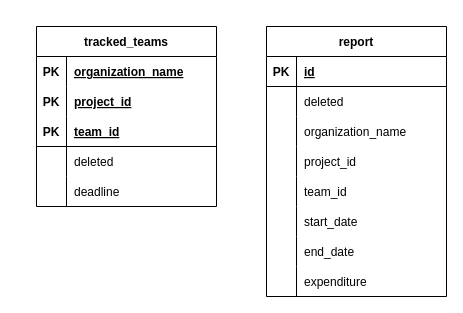
Earlier version of the draw.io diagram design/entity-relationship-diagram.drawio (gldnpz17/skripsi-app). Source tidied: cells renumbered, new cells numbered last; positions are measured from the earlier drawing's top-left corner, leaving out a move shared by most shapes. Both pictures are drawn from the tidied source at 100%, with x=0, y=0 at pixel (36, 26).
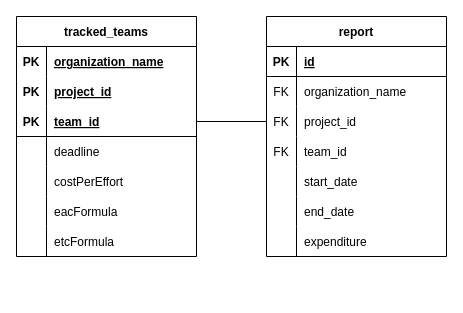
The same diagram, later.

The change refers to these unchanged cells:
```xml
<mxCell id="9" style="shape=tableRow;horizontal=0;startSize=0;swimlaneHead=0;swimlaneBody=0;fillColor=none;points=[[0,0.5],[1,0.5]];portConstraint=eastwest;top=0;left=0;right=0;bottom=1;" parent="2" vertex="1">
  <mxGeometry y="90" width="180" height="30" as="geometry" />
</mxCell>
```

Diff of the diagram source:
```diff
@@
     <mxCell id="2" value="tracked_teams" style="shape=table;startSize=30;childLayout=tableLayout;rowLines=0;fontStyle=1;align=center;" parent="1" vertex="1">
-      <mxGeometry width="180" height="180" as="geometry" />
+      <mxGeometry x="-20" y="-10" width="180" height="240" as="geometry" />
     </mxCell>
@@
+    <mxCell id="15" style="shape=tableRow;horizontal=0;startSize=0;swimlaneHead=0;swimlaneBody=0;fillColor=none;top=0;left=0;right=0;bottom=0;" parent="2" vertex="1">
+      <mxGeometry y="120" width="180" height="30" as="geometry" />
+    </mxCell>
+    <mxCell id="16" style="shape=partialRectangle;fillColor=none;top=0;left=0;bottom=0;right=0;overflow=hidden;" parent="15" vertex="1">
+      <mxGeometry width="30" height="30" as="geometry" />
+    </mxCell>
+    <mxCell id="17" value="deadline" style="shape=partialRectangle;fillColor=none;top=0;left=0;bottom=0;right=0;align=left;spacingLeft=6;overflow=hidden;" parent="15" vertex="1">
+      <mxGeometry x="30" width="150" height="30" as="geometry" />
+    </mxCell>
     <mxCell id="12" style="shape=tableRow;horizontal=0;startSize=0;swimlaneHead=0;swimlaneBody=0;fillColor=none;top=0;left=0;right=0;bottom=0;" parent="2" vertex="1">
-      <mxGeometry y="120" width="180" height="30" as="geometry" />
+      <mxGeometry y="150" width="180" height="30" as="geometry" />
     </mxCell>
@@
-    <mxCell id="14" value="deleted" style="shape=partialRectangle;fillColor=none;top=0;left=0;bottom=0;right=0;align=left;spacingLeft=6;overflow=hidden;" parent="12" vertex="1">
+    <mxCell id="14" value="costPerEffort" style="shape=partialRectangle;fillColor=none;top=0;left=0;bottom=0;right=0;align=left;spacingLeft=6;overflow=hidden;" parent="12" vertex="1">
       <mxGeometry x="30" width="150" height="30" as="geometry" />
     </mxCell>
-    <mxCell id="15" style="shape=tableRow;horizontal=0;startSize=0;swimlaneHead=0;swimlaneBody=0;fillColor=none;top=0;left=0;right=0;bottom=0;" parent="2" vertex="1">
-      <mxGeometry y="150" width="180" height="30" as="geometry" />
-    </mxCell>
-    <mxCell id="16" style="shape=partialRectangle;fillColor=none;top=0;left=0;bottom=0;right=0;overflow=hidden;" parent="15" vertex="1">
-      <mxGeometry width="30" height="30" as="geometry" />
-    </mxCell>
-    <mxCell id="17" value="deadline" style="shape=partialRectangle;fillColor=none;top=0;left=0;bottom=0;right=0;align=left;spacingLeft=6;overflow=hidden;" parent="15" vertex="1">
-      <mxGeometry x="30" width="150" height="30" as="geometry" />
-    </mxCell>
+    <mxCell id="43" style="shape=tableRow;horizontal=0;startSize=0;swimlaneHead=0;swimlaneBody=0;fillColor=none;top=0;left=0;right=0;bottom=0;" parent="2" vertex="1">
+      <mxGeometry y="180" width="180" height="30" as="geometry" />
+    </mxCell>
+    <mxCell id="44" style="shape=partialRectangle;fillColor=none;top=0;left=0;bottom=0;right=0;overflow=hidden;" parent="43" vertex="1">
+      <mxGeometry width="30" height="30" as="geometry" />
+    </mxCell>
+    <mxCell id="45" value="eacFormula" style="shape=partialRectangle;fillColor=none;top=0;left=0;bottom=0;right=0;align=left;spacingLeft=6;overflow=hidden;" parent="43" vertex="1">
+      <mxGeometry x="30" width="150" height="30" as="geometry" />
+    </mxCell>
+    <mxCell id="46" style="shape=tableRow;horizontal=0;startSize=0;swimlaneHead=0;swimlaneBody=0;fillColor=none;top=0;left=0;right=0;bottom=0;" parent="2" vertex="1">
+      <mxGeometry y="210" width="180" height="30" as="geometry" />
+    </mxCell>
+    <mxCell id="47" style="shape=partialRectangle;fillColor=none;top=0;left=0;bottom=0;right=0;overflow=hidden;" parent="46" vertex="1">
+      <mxGeometry width="30" height="30" as="geometry" />
+    </mxCell>
+    <mxCell id="48" value="etcFormula" style="shape=partialRectangle;fillColor=none;top=0;left=0;bottom=0;right=0;align=left;spacingLeft=6;overflow=hidden;" parent="46" vertex="1">
+      <mxGeometry x="30" width="150" height="30" as="geometry" />
+    </mxCell>
     <mxCell id="18" value="report" style="shape=table;startSize=30;childLayout=tableLayout;rowLines=0;fontStyle=1;align=center;" parent="1" vertex="1">
-      <mxGeometry x="230" width="180" height="270" as="geometry" />
+      <mxGeometry x="230" y="-10" width="180" height="240" as="geometry" />
     </mxCell>
@@
-    <mxCell id="22" style="shape=tableRow;horizontal=0;startSize=0;swimlaneHead=0;swimlaneBody=0;fillColor=none;top=0;left=0;right=0;bottom=0;" parent="18" vertex="1">
-      <mxGeometry y="60" width="180" height="30" as="geometry" />
-    </mxCell>
-    <mxCell id="23" style="shape=partialRectangle;fillColor=none;top=0;left=0;bottom=0;right=0;overflow=hidden;" parent="22" vertex="1">
-      <mxGeometry width="30" height="30" as="geometry" />
-    </mxCell>
-    <mxCell id="24" value="deleted" style="shape=partialRectangle;fillColor=none;top=0;left=0;bottom=0;right=0;align=left;spacingLeft=6;overflow=hidden;" parent="22" vertex="1">
-      <mxGeometry x="30" width="150" height="30" as="geometry" />
-    </mxCell>
     <mxCell id="25" style="shape=tableRow;horizontal=0;startSize=0;swimlaneHead=0;swimlaneBody=0;fillColor=none;top=0;left=0;right=0;bottom=0;" parent="18" vertex="1">
-      <mxGeometry y="90" width="180" height="30" as="geometry" />
+      <mxGeometry y="60" width="180" height="30" as="geometry" />
     </mxCell>
-    <mxCell id="26" style="shape=partialRectangle;fillColor=none;top=0;left=0;bottom=0;right=0;overflow=hidden;" parent="25" vertex="1">
+    <mxCell id="26" value="FK" style="shape=partialRectangle;fillColor=none;top=0;left=0;bottom=0;right=0;overflow=hidden;" parent="25" vertex="1">
       <mxGeometry width="30" height="30" as="geometry" />
     </mxCell>
@@
     <mxCell id="28" style="shape=tableRow;horizontal=0;startSize=0;swimlaneHead=0;swimlaneBody=0;fillColor=none;points=[[0,0.5],[1,0.5]];portConstraint=eastwest;top=0;left=0;right=0;bottom=0;" parent="18" vertex="1">
-      <mxGeometry y="120" width="180" height="30" as="geometry" />
+      <mxGeometry y="90" width="180" height="30" as="geometry" />
     </mxCell>
-    <mxCell id="29" style="shape=partialRectangle;fillColor=none;top=0;left=0;bottom=0;right=0;overflow=hidden;" parent="28" vertex="1">
+    <mxCell id="29" value="FK" style="shape=partialRectangle;fillColor=none;top=0;left=0;bottom=0;right=0;overflow=hidden;" parent="28" vertex="1">
       <mxGeometry width="30" height="30" as="geometry" />
     </mxCell>
@@
     <mxCell id="31" style="shape=tableRow;horizontal=0;startSize=0;swimlaneHead=0;swimlaneBody=0;fillColor=none;top=0;left=0;right=0;bottom=0;" parent="18" vertex="1">
-      <mxGeometry y="150" width="180" height="30" as="geometry" />
+      <mxGeometry y="120" width="180" height="30" as="geometry" />
     </mxCell>
-    <mxCell id="32" style="shape=partialRectangle;fillColor=none;top=0;left=0;bottom=0;right=0;overflow=hidden;" parent="31" vertex="1">
+    <mxCell id="32" value="FK" style="shape=partialRectangle;fillColor=none;top=0;left=0;bottom=0;right=0;overflow=hidden;" parent="31" vertex="1">
       <mxGeometry width="30" height="30" as="geometry" />
     </mxCell>
@@
     <mxCell id="34" style="shape=tableRow;horizontal=0;startSize=0;swimlaneHead=0;swimlaneBody=0;fillColor=none;top=0;left=0;right=0;bottom=0;" parent="18" vertex="1">
-      <mxGeometry y="180" width="180" height="30" as="geometry" />
+      <mxGeometry y="150" width="180" height="30" as="geometry" />
     </mxCell>
@@
     <mxCell id="37" style="shape=tableRow;horizontal=0;startSize=0;swimlaneHead=0;swimlaneBody=0;fillColor=none;top=0;left=0;right=0;bottom=0;" parent="18" vertex="1">
-      <mxGeometry y="210" width="180" height="30" as="geometry" />
+      <mxGeometry y="180" width="180" height="30" as="geometry" />
     </mxCell>
@@
     <mxCell id="40" style="shape=tableRow;horizontal=0;startSize=0;swimlaneHead=0;swimlaneBody=0;fillColor=none;top=0;left=0;right=0;bottom=0;" parent="18" vertex="1">
-      <mxGeometry y="240" width="180" height="30" as="geometry" />
+      <mxGeometry y="210" width="180" height="30" as="geometry" />
     </mxCell>
@@
+    <mxCell id="49" style="edgeStyle=none;html=1;entryX=0;entryY=0.5;entryDx=0;entryDy=0;endArrow=none;endFill=0;" parent="1" edge="1" source="9" target="28">
+      <mxGeometry relative="1" as="geometry" />
+    </mxCell>
```
